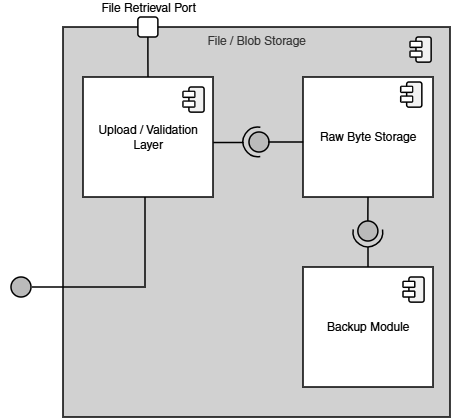
The draw.io diagram 04_QA_Review/Approved/Milestone_1_Component_Diagram/T1_Final_Subdiagram_FileBlobStorage_Component.drawio.png in JmmonJeremy/CareerBound-SDD, before a commit. Source tidied: cells renumbered, new cells last; positions are measured from the earlier drawing's top-left corner, leaving out a move shared by most shapes. The source it was exported from:
```xml
<mxGraphModel>
  <root>
    <mxCell id="0" />
    <mxCell id="1" parent="0" />
    <mxCell id="2" style="group;" parent="1" vertex="1">
      <mxGeometry width="450" height="400" as="geometry" />
    </mxCell>
    <mxCell id="3" style="rounded=0;whiteSpace=wrap;html=1;strokeWidth=0;strokeColor=#FFFFFF;" parent="2" vertex="1">
      <mxGeometry y="238" width="50" height="60" as="geometry" />
    </mxCell>
    <mxCell id="4" style="group;" parent="2" vertex="1">
      <mxGeometry x="11" width="439" height="400" as="geometry" />
    </mxCell>
    <mxCell id="5" value="File / Blob Storage" style="html=1;whiteSpace=wrap;fillColor=#D1D1D1;fontColor=#333333;strokeColor=#000000;align=center;labelPosition=center;verticalLabelPosition=middle;verticalAlign=top;strokeWidth=1.5;" parent="4" vertex="1">
      <mxGeometry x="52" y="10" width="387" height="390" as="geometry" />
    </mxCell>
    <mxCell id="6" style="group;rounded=1;" parent="4" vertex="1">
      <mxGeometry x="399.1" y="20" width="26.1" height="24" as="geometry" />
    </mxCell>
    <mxCell id="7" style="rounded=1;whiteSpace=wrap;html=1;rotation=-90;strokeWidth=1.5;fillStyle=solid;fillColor=light-dark(#F2F2F2,#FFFFFF);" parent="6" vertex="1">
      <mxGeometry x="0.9" y="5" width="25.1" height="15.2" as="geometry" />
    </mxCell>
    <mxCell id="8" style="rounded=1;whiteSpace=wrap;html=1;strokeWidth=1.5;fillStyle=solid;fillColor=#FFFFFF;" parent="6" vertex="1">
      <mxGeometry y="4.4" width="11.8" height="5.9" as="geometry" />
    </mxCell>
    <mxCell id="9" style="rounded=1;whiteSpace=wrap;html=1;strokeWidth=1.5;fillStyle=solid;fillColor=#FFFFFF;" parent="6" vertex="1">
      <mxGeometry y="14.1" width="11.8" height="5.9" as="geometry" />
    </mxCell>
    <mxCell id="10" style="group;strokeWidth=1.5;" parent="4" vertex="1">
      <mxGeometry x="72" y="60" width="130" height="120" as="geometry" />
    </mxCell>
    <mxCell id="11" value="Upload / Validation Layer" style="html=1;whiteSpace=wrap;strokeWidth=1.5;" parent="10" vertex="1">
      <mxGeometry width="130" height="120" as="geometry" />
    </mxCell>
    <mxCell id="12" style="group;" parent="10" vertex="1">
      <mxGeometry x="100" y="10" width="21.1" height="25.1" as="geometry" />
    </mxCell>
    <mxCell id="13" style="rounded=1;whiteSpace=wrap;html=1;rotation=-90;strokeWidth=1.5;fillStyle=solid;fillColor=light-dark(#F2F2F2,#FFFFFF);" parent="12" vertex="1">
      <mxGeometry x="0.9" y="5" width="25.1" height="15.2" as="geometry" />
    </mxCell>
    <mxCell id="14" style="rounded=1;whiteSpace=wrap;html=1;strokeWidth=1.5;fillStyle=solid;fillColor=#FFFFFF;" parent="12" vertex="1">
      <mxGeometry y="4.4" width="11.8" height="5.9" as="geometry" />
    </mxCell>
    <mxCell id="15" style="rounded=1;whiteSpace=wrap;html=1;strokeWidth=1.5;fillStyle=solid;fillColor=#FFFFFF;" parent="12" vertex="1">
      <mxGeometry y="14.1" width="11.8" height="5.9" as="geometry" />
    </mxCell>
    <mxCell id="16" style="group;strokeWidth=1.5;" parent="4" vertex="1">
      <mxGeometry x="292" y="60" width="130" height="120" as="geometry" />
    </mxCell>
    <mxCell id="17" value="Raw Byte Storage" style="html=1;whiteSpace=wrap;strokeWidth=1.5;" parent="16" vertex="1">
      <mxGeometry width="130" height="120" as="geometry" />
    </mxCell>
    <mxCell id="18" style="group;" parent="16" vertex="1">
      <mxGeometry x="97.8" y="5" width="21.1" height="25.1" as="geometry" />
    </mxCell>
    <mxCell id="19" style="rounded=1;whiteSpace=wrap;html=1;rotation=-90;strokeWidth=1.5;fillStyle=solid;fillColor=light-dark(#F2F2F2,#FFFFFF);" parent="18" vertex="1">
      <mxGeometry x="0.9" y="5" width="25.1" height="15.2" as="geometry" />
    </mxCell>
    <mxCell id="20" style="rounded=1;whiteSpace=wrap;html=1;strokeWidth=1.5;fillStyle=solid;fillColor=#FFFFFF;" parent="18" vertex="1">
      <mxGeometry y="4.4" width="11.8" height="5.9" as="geometry" />
    </mxCell>
    <mxCell id="21" style="rounded=1;whiteSpace=wrap;html=1;strokeWidth=1.5;fillStyle=solid;fillColor=#FFFFFF;" parent="18" vertex="1">
      <mxGeometry y="14.1" width="11.8" height="5.9" as="geometry" />
    </mxCell>
    <mxCell id="22" style="group;rotation=90;" parent="4" vertex="1">
      <mxGeometry x="232" y="110" width="29.8" height="29.8" as="geometry" />
    </mxCell>
    <mxCell id="23" style="ellipse;whiteSpace=wrap;html=1;strokeWidth=1.5;fillStyle=solid;fillColor=#BABABA;rounded=1;rotation=90;" parent="22" vertex="1">
      <mxGeometry x="6" y="5" width="20" height="20" as="geometry" />
    </mxCell>
    <mxCell id="24" style="verticalLabelPosition=bottom;verticalAlign=top;html=1;shape=mxgraph.basic.arc;startAngle=0.22449849456214957;endAngle=0.7768001258780505;rounded=1;strokeWidth=1.5;snapToPoint=1;rotation=90;" parent="22" vertex="1">
      <mxGeometry width="29.8" height="29.8" as="geometry" />
    </mxCell>
    <mxCell id="25" style="edgeStyle=orthogonalEdgeStyle;rounded=0;orthogonalLoop=1;jettySize=auto;html=1;entryX=0.009;entryY=0.543;entryDx=0;entryDy=0;entryPerimeter=0;endArrow=none;endFill=0;strokeWidth=1.5;" parent="4" edge="1">
      <mxGeometry relative="1" as="geometry">
        <mxPoint x="257" y="125" as="sourcePoint" />
        <mxPoint x="292.2" y="125.2" as="targetPoint" />
      </mxGeometry>
    </mxCell>
    <mxCell id="26" style="edgeStyle=orthogonalEdgeStyle;rounded=0;jettySize=auto;html=1;entryX=0.516;entryY=0.978;entryDx=0;entryDy=0;entryPerimeter=0;exitX=1.002;exitY=0.546;exitDx=0;exitDy=0;exitPerimeter=0;endArrow=none;endFill=0;strokeWidth=1.5;" parent="4" edge="1" source="11" target="24">
      <mxGeometry relative="1" as="geometry" />
    </mxCell>
    <mxCell id="27" value="Backup Module" style="html=1;whiteSpace=wrap;strokeWidth=1.5;" parent="4" vertex="1">
      <mxGeometry x="292" y="250" width="130" height="120" as="geometry" />
    </mxCell>
    <mxCell id="28" style="group;rotation=90;" parent="4" vertex="1">
      <mxGeometry x="342" y="200" width="29.8" height="29.8" as="geometry" />
    </mxCell>
    <mxCell id="29" style="ellipse;whiteSpace=wrap;html=1;strokeWidth=1.5;fillStyle=solid;fillColor=#BABABA;rounded=1;" parent="28" vertex="1">
      <mxGeometry x="4.9" y="4" width="20" height="20" as="geometry" />
    </mxCell>
    <mxCell id="30" style="verticalLabelPosition=bottom;verticalAlign=top;html=1;shape=mxgraph.basic.arc;startAngle=0.22449849456214957;endAngle=0.7768001258780505;rounded=1;strokeWidth=1.5;" parent="28" vertex="1">
      <mxGeometry width="29.8" height="29.8" as="geometry" />
    </mxCell>
    <mxCell id="31" style="edgeStyle=orthogonalEdgeStyle;rounded=0;jettySize=auto;html=1;entryX=0.5;entryY=1;entryDx=0;entryDy=0;endArrow=none;endFill=0;strokeWidth=1.5;" parent="4" edge="1" source="29" target="17">
      <mxGeometry relative="1" as="geometry">
        <Array as="points">
          <mxPoint x="357" y="192" />
          <mxPoint x="357" y="192" />
        </Array>
      </mxGeometry>
    </mxCell>
    <mxCell id="32" style="edgeStyle=orthogonalEdgeStyle;rounded=0;orthogonalLoop=1;jettySize=auto;html=1;endArrow=none;endFill=0;strokeWidth=1.5;" parent="4" edge="1">
      <mxGeometry relative="1" as="geometry">
        <mxPoint x="357" y="250" as="sourcePoint" />
        <mxPoint x="357" y="230" as="targetPoint" />
      </mxGeometry>
    </mxCell>
    <mxCell id="33" style="edgeStyle=orthogonalEdgeStyle;rounded=0;jettySize=auto;html=1;endArrow=none;endFill=0;strokeWidth=1.5;" parent="4" edge="1" source="34" target="11">
      <mxGeometry relative="1" as="geometry" />
    </mxCell>
    <mxCell id="34" value="File Retrieval Port" style="html=1;strokeWidth=1.5;fillColor=#FFFFFF;rounded=1;align=center;verticalAlign=bottom;labelPosition=center;verticalLabelPosition=top;" parent="4" vertex="1">
      <mxGeometry x="126.9" width="20" height="20" as="geometry" />
    </mxCell>
    <mxCell id="35" style="group;" parent="4" vertex="1">
      <mxGeometry x="392" y="260" width="21.1" height="25.1" as="geometry" />
    </mxCell>
    <mxCell id="36" style="rounded=1;whiteSpace=wrap;html=1;rotation=-90;strokeWidth=1.5;fillStyle=solid;fillColor=light-dark(#F2F2F2,#FFFFFF);" parent="35" vertex="1">
      <mxGeometry x="0.9" y="5" width="25.1" height="15.2" as="geometry" />
    </mxCell>
    <mxCell id="37" style="rounded=1;whiteSpace=wrap;html=1;strokeWidth=1.5;fillStyle=solid;fillColor=#FFFFFF;" parent="35" vertex="1">
      <mxGeometry y="4.4" width="11.8" height="5.9" as="geometry" />
    </mxCell>
    <mxCell id="38" style="rounded=1;whiteSpace=wrap;html=1;strokeWidth=1.5;fillStyle=solid;fillColor=#FFFFFF;" parent="35" vertex="1">
      <mxGeometry y="14.1" width="11.8" height="5.9" as="geometry" />
    </mxCell>
    <mxCell id="39" style="edgeStyle=orthogonalEdgeStyle;rounded=0;orthogonalLoop=1;jettySize=auto;html=1;endArrow=none;endFill=0;strokeWidth=1.5;" parent="4" edge="1">
      <mxGeometry relative="1" as="geometry">
        <mxPoint x="21" y="270" as="sourcePoint" />
        <mxPoint x="134" y="180" as="targetPoint" />
      </mxGeometry>
    </mxCell>
    <mxCell id="40" style="ellipse;whiteSpace=wrap;html=1;strokeWidth=1.5;fillStyle=solid;fillColor=#BABABA;rounded=1;" parent="4" vertex="1">
      <mxGeometry y="260" width="20" height="20" as="geometry" />
    </mxCell>
  </root>
</mxGraphModel>
```
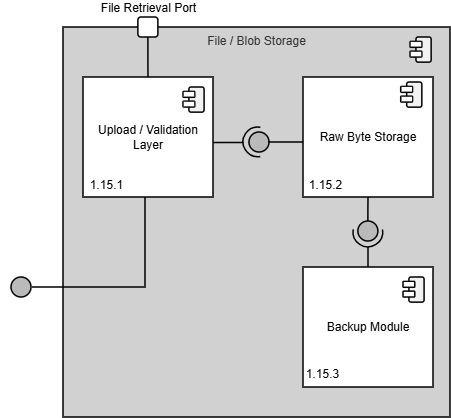
Above is the later version.

Change to the diagram source:
```diff
@@ -27,7 +27,7 @@
       <mxGeometry y="14.1" width="11.8" height="5.9" as="geometry" />
     </mxCell>
     <mxCell id="10" style="group;strokeWidth=1.5;" parent="4" vertex="1">
-      <mxGeometry x="72" y="60" width="130" height="120" as="geometry" />
+      <mxGeometry x="72" y="60" width="130" height="121" as="geometry" />
     </mxCell>
     <mxCell id="11" value="Upload / Validation Layer" style="html=1;whiteSpace=wrap;strokeWidth=1.5;" parent="10" vertex="1">
       <mxGeometry width="130" height="120" as="geometry" />
@@ -44,8 +44,11 @@
     <mxCell id="15" style="rounded=1;whiteSpace=wrap;html=1;strokeWidth=1.5;fillStyle=solid;fillColor=#FFFFFF;" parent="12" vertex="1">
       <mxGeometry y="14.1" width="11.8" height="5.9" as="geometry" />
     </mxCell>
+    <mxCell id="41" value="&lt;span style=&quot;font-weight: 400;&quot;&gt;1.15.1&lt;/span&gt;" style="text;align=center;fontStyle=1;verticalAlign=middle;spacingLeft=3;spacingRight=3;strokeColor=none;html=1;" parent="10" vertex="1">
+      <mxGeometry x="-17" y="95" width="80" height="26" as="geometry" />
+    </mxCell>
     <mxCell id="16" style="group;strokeWidth=1.5;" parent="4" vertex="1">
-      <mxGeometry x="292" y="60" width="130" height="120" as="geometry" />
+      <mxGeometry x="292" y="60" width="130" height="121" as="geometry" />
     </mxCell>
     <mxCell id="17" value="Raw Byte Storage" style="html=1;whiteSpace=wrap;strokeWidth=1.5;" parent="16" vertex="1">
       <mxGeometry width="130" height="120" as="geometry" />
@@ -62,6 +65,9 @@
     <mxCell id="21" style="rounded=1;whiteSpace=wrap;html=1;strokeWidth=1.5;fillStyle=solid;fillColor=#FFFFFF;" parent="18" vertex="1">
       <mxGeometry y="14.1" width="11.8" height="5.9" as="geometry" />
     </mxCell>
+    <mxCell id="42" value="&lt;span style=&quot;font-weight: 400;&quot;&gt;1.15.2&lt;/span&gt;" style="text;align=center;fontStyle=1;verticalAlign=middle;spacingLeft=3;spacingRight=3;strokeColor=none;html=1;" parent="16" vertex="1">
+      <mxGeometry x="-18" y="95" width="80" height="26" as="geometry" />
+    </mxCell>
     <mxCell id="22" style="group;rotation=90;" parent="4" vertex="1">
       <mxGeometry x="232" y="110" width="29.8" height="29.8" as="geometry" />
     </mxCell>
@@ -133,5 +139,8 @@
     <mxCell id="40" style="ellipse;whiteSpace=wrap;html=1;strokeWidth=1.5;fillStyle=solid;fillColor=#BABABA;rounded=1;" parent="4" vertex="1">
       <mxGeometry y="260" width="20" height="20" as="geometry" />
     </mxCell>
+    <mxCell id="43" value="&lt;span style=&quot;font-weight: 400;&quot;&gt;1.15.3&lt;/span&gt;" style="text;align=center;fontStyle=1;verticalAlign=middle;spacingLeft=3;spacingRight=3;strokeColor=none;html=1;" parent="4" vertex="1">
+      <mxGeometry x="271" y="344" width="80" height="26" as="geometry" />
+    </mxCell>
   </root>
 </mxGraphModel>
```
